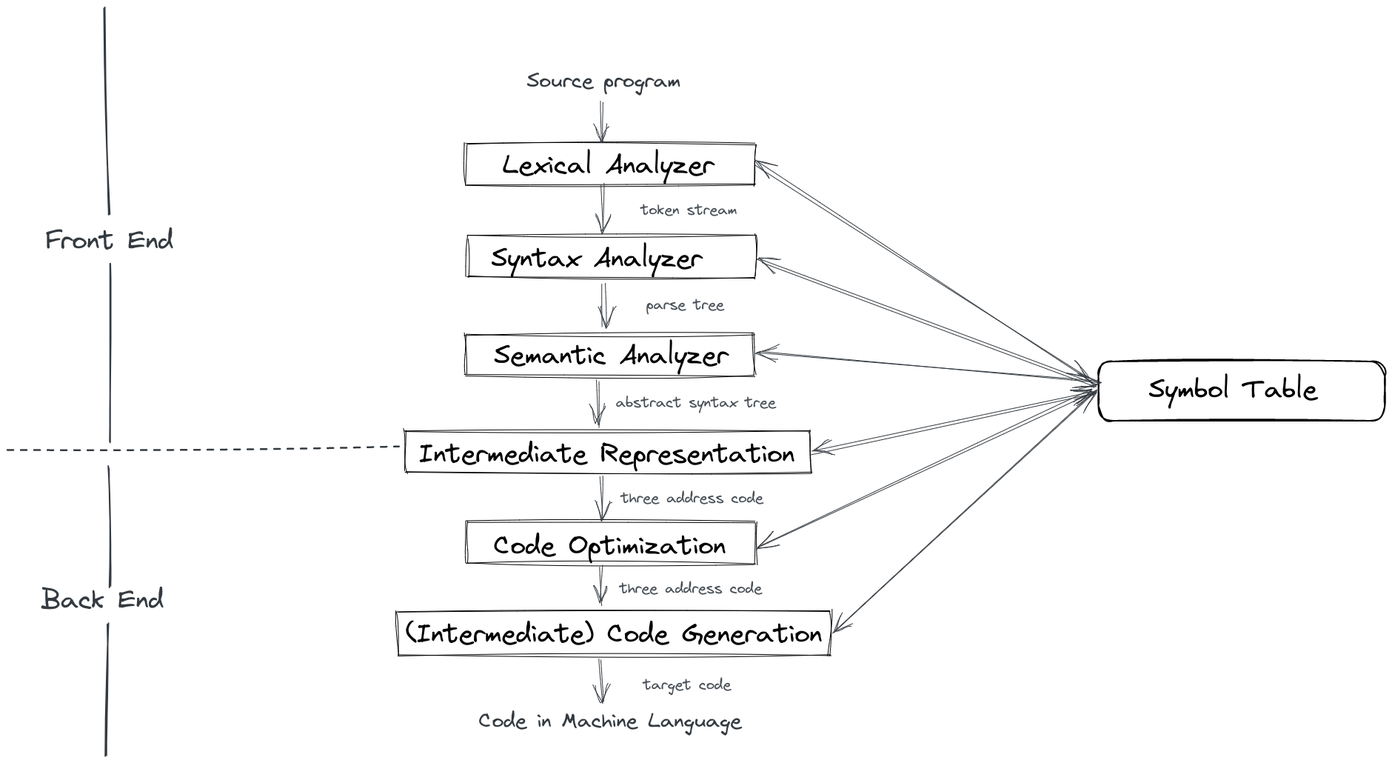
Above: resource/phases-light.png in imkasen/yamjc (Excalidraw), before the change. Source tidied: one line per element, renumbered; positions are measured from the earlier drawing's top-left corner, leaving out a move shared by most shapes.
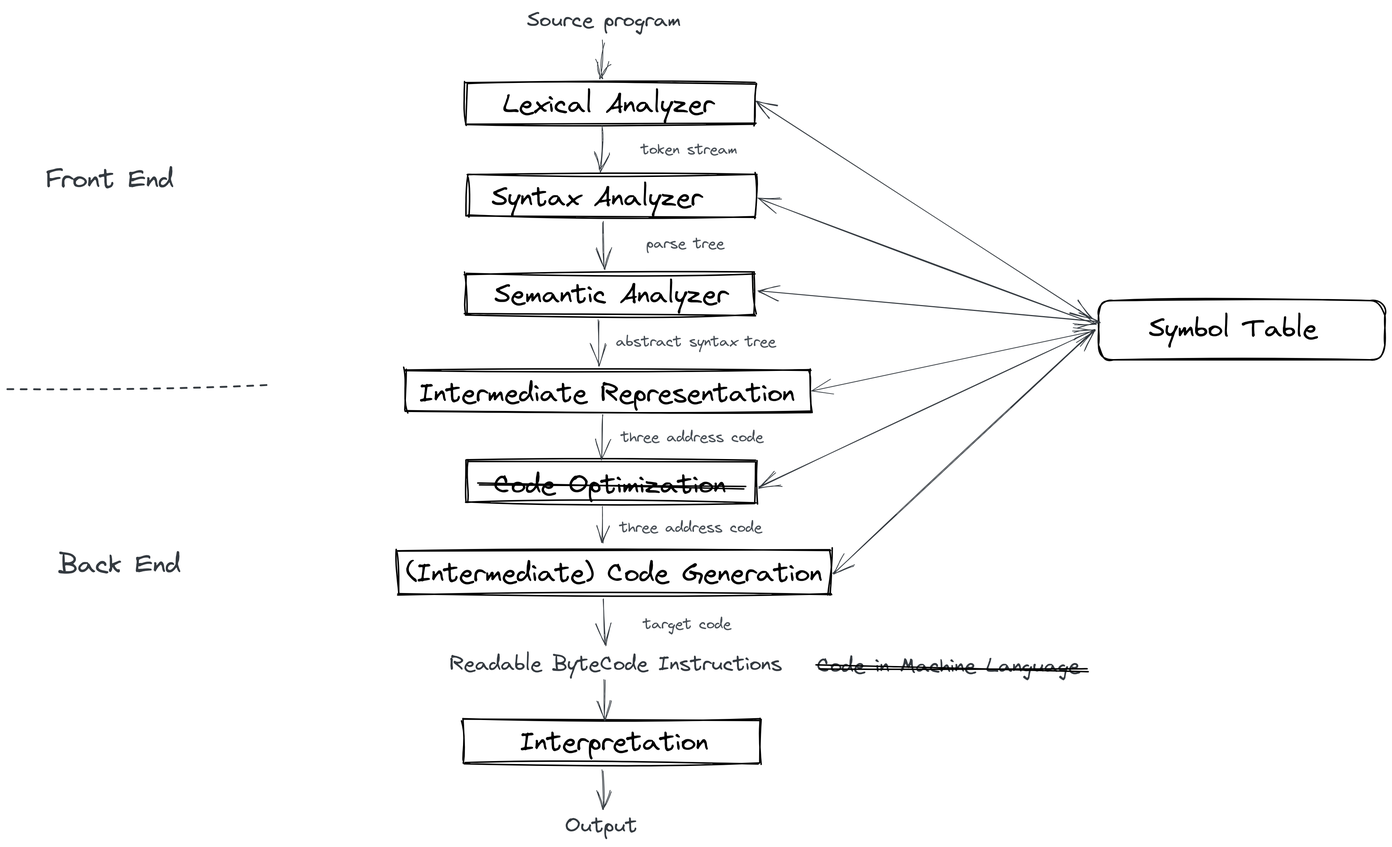
The same file after the commit.

Change to the diagram source:
```diff
@@ -1,16 +1,16 @@
-{"id": 0, "type": "rectangle", "strokeColor": "#000000", "strokeWidth": 1, "roughness": 2, "x": 618, "y": 183, "width": 390, "height": 56}
+{"id": 0, "type": "rectangle", "strokeColor": "#000000", "strokeWidth": 2, "roughness": 2, "x": 618, "y": 183, "width": 390, "height": 56}
-{"id": 1, "type": "rectangle", "strokeColor": "#000000", "strokeWidth": 1, "roughness": 2, "x": 620, "y": 307, "width": 390, "height": 56}
+{"id": 1, "type": "rectangle", "strokeColor": "#000000", "strokeWidth": 2, "roughness": 2, "x": 620, "y": 307, "width": 390, "height": 56}
-{"id": 2, "type": "rectangle", "strokeColor": "#000000", "strokeWidth": 1, "roughness": 2, "x": 618, "y": 440, "width": 390, "height": 56}
+{"id": 2, "type": "rectangle", "strokeColor": "#000000", "strokeWidth": 2, "roughness": 2, "x": 618, "y": 440, "width": 390, "height": 56}
-{"id": 3, "type": "rectangle", "strokeColor": "#000000", "strokeWidth": 1, "roughness": 2, "x": 536, "y": 571, "width": 548, "height": 56}
+{"id": 3, "type": "rectangle", "strokeColor": "#000000", "strokeWidth": 2, "roughness": 2, "x": 536, "y": 571, "width": 548, "height": 56}
-{"id": 4, "type": "rectangle", "strokeColor": "#000000", "strokeWidth": 1, "roughness": 2, "x": 619, "y": 693, "width": 390, "height": 56}
+{"id": 4, "type": "rectangle", "strokeColor": "#000000", "strokeWidth": 2, "roughness": 2, "x": 619, "y": 693, "width": 390, "height": 56}
-{"id": 5, "type": "rectangle", "strokeColor": "#000000", "strokeWidth": 1, "roughness": 2, "x": 526, "y": 814, "width": 586, "height": 59}
+{"id": 5, "type": "rectangle", "strokeColor": "#000000", "strokeWidth": 2, "roughness": 2, "x": 526, "y": 814, "width": 586, "height": 59}
 {"id": 6, "type": "arrow", "strokeColor": "#343a40", "strokeWidth": 1, "roughness": 2, "endArrowhead": "arrow", "from": 0, "to": 1, "x": 803, "y": 239, "width": 2, "height": 63, "points": [[0, 0], [-2, 63]]}
 {"id": 7, "type": "arrow", "strokeColor": "#343a40", "angle": 0.04, "strokeWidth": 1, "roughness": 2, "endArrowhead": "arrow", "from": 13, "to": 0, "x": 803, "y": 126, "width": 1, "height": 53, "points": [[0, 0], [-1, 53]]}
-{"id": 8, "type": "arrow", "strokeColor": "#343a40", "strokeWidth": 1, "roughness": 2, "endArrowhead": "arrow", "from": 1, "to": 2, "x": 803, "y": 370, "width": 1, "height": 63, "points": [[0, 0], [1, 63]]}
+{"id": 8, "type": "arrow", "strokeColor": "#343a40", "strokeWidth": 1, "roughness": 1, "endArrowhead": "arrow", "from": 22, "to": 23, "x": 803, "y": 370, "width": 1, "height": 63, "points": [[0, 0], [1, 63]]}
-{"id": 9, "type": "arrow", "strokeColor": "#343a40", "strokeWidth": 1, "roughness": 2, "endArrowhead": "arrow", "from": 2, "to": 3, "x": 798, "y": 504, "width": 2, "height": 60, "points": [[0, 0], [-2, 60]]}
+{"id": 9, "type": "arrow", "strokeColor": "#343a40", "strokeWidth": 1, "roughness": 1, "endArrowhead": "arrow", "from": 2, "to": 3, "x": 798, "y": 504, "width": 2, "height": 60, "points": [[0, 0], [-2, 60]]}
-{"id": 10, "type": "arrow", "strokeColor": "#343a40", "strokeWidth": 1, "roughness": 2, "endArrowhead": "arrow", "from": 3, "to": 4, "x": 802, "y": 630, "width": 0, "height": 62, "points": [[0, 0], [0, 62]]}
+{"id": 10, "type": "arrow", "strokeColor": "#343a40", "strokeWidth": 1, "roughness": 1, "endArrowhead": "arrow", "from": 3, "to": 4, "x": 802, "y": 630, "width": 0, "height": 62, "points": [[0, 0], [0, 62]]}
-{"id": 11, "type": "arrow", "strokeColor": "#343a40", "strokeWidth": 1, "roughness": 2, "endArrowhead": "arrow", "from": 4, "to": 5, "x": 801, "y": 755, "width": 1, "height": 50, "points": [[0, 0], [1, 50]]}
+{"id": 11, "type": "arrow", "strokeColor": "#343a40", "strokeWidth": 1, "roughness": 1, "endArrowhead": "arrow", "from": 4, "to": 5, "x": 801, "y": 755, "width": 1, "height": 50, "points": [[0, 0], [1, 50]]}
-{"id": 12, "type": "arrow", "strokeColor": "#343a40", "strokeWidth": 1, "roughness": 2, "endArrowhead": "arrow", "from": 5, "to": 20, "x": 799, "y": 877, "width": 4, "height": 60, "points": [[0, 0], [4, 60]]}
+{"id": 12, "type": "arrow", "strokeColor": "#343a40", "strokeWidth": 1, "roughness": 1, "endArrowhead": "arrow", "from": 26, "to": 44, "x": 804, "y": 880, "width": 1, "height": 62, "points": [[0, 0], [1, 62]]}
 {"id": 13, "type": "text", "text": "Source program", "strokeColor": "#343a40", "strokeWidth": 1, "roughness": 2, "fontSize": 28, "fontFamily": 1, "textAlign": "center", "x": 700, "y": 81, "width": 209, "height": 36}
 {"id": 14, "type": "text", "text": "token stream", "strokeColor": "#495057", "strokeWidth": 1, "roughness": 2, "fontSize": 20, "fontFamily": 1, "textAlign": "center", "x": 854, "y": 260, "width": 131, "height": 25}
 {"id": 15, "type": "text", "text": "parse tree", "strokeColor": "#495057", "strokeWidth": 1, "roughness": 2, "fontSize": 20, "fontFamily": 1, "textAlign": "center", "x": 861, "y": 388, "width": 107, "height": 25}
@@ -18,7 +18,7 @@
 {"id": 17, "type": "text", "text": "three address code", "strokeColor": "#495057", "strokeWidth": 1, "roughness": 2, "fontSize": 20, "fontFamily": 1, "textAlign": "center", "x": 827, "y": 649, "width": 194, "height": 25}
 {"id": 18, "type": "text", "text": "three address code", "strokeColor": "#495057", "strokeWidth": 1, "roughness": 2, "fontSize": 20, "fontFamily": 1, "textAlign": "center", "x": 825, "y": 771, "width": 194, "height": 25}
 {"id": 19, "type": "text", "text": "target code", "strokeColor": "#495057", "strokeWidth": 1, "roughness": 2, "fontSize": 20, "fontFamily": 1, "textAlign": "center", "x": 857, "y": 901, "width": 120, "height": 25}
-{"id": 20, "type": "text", "text": "Code in Machine Language", "strokeColor": "#343a40", "strokeWidth": 1, "roughness": 2, "fontSize": 28, "fontFamily": 1, "textAlign": "center", "x": 635, "y": 944, "width": 356, "height": 36}
+{"id": 20, "type": "text", "text": "Code in Machine Language", "strokeColor": "#343a40", "strokeWidth": 1, "roughness": 2, "fontSize": 28, "fontFamily": 1, "textAlign": "center", "x": 1092, "y": 953, "width": 356, "height": 36}
 {"id": 21, "type": "text", "text": "Lexical Analyzer", "strokeColor": "#000000", "strokeWidth": 1, "roughness": 2, "fontSize": 36, "fontFamily": 1, "textAlign": "center", "x": 667, "y": 190, "width": 287, "height": 46}
 {"id": 22, "type": "text", "text": "Syntax Analyzer", "strokeColor": "#000000", "strokeWidth": 1, "roughness": 2, "fontSize": 36, "fontFamily": 1, "textAlign": "center", "x": 652, "y": 316, "width": 286, "height": 46}
 {"id": 23, "type": "text", "text": "Semantic Analyzer", "strokeColor": "#000000", "strokeWidth": 1, "roughness": 2, "fontSize": 36, "fontFamily": 1, "textAlign": "center", "x": 656, "y": 447, "width": 317, "height": 46}
@@ -27,16 +27,20 @@
 {"id": 26, "type": "text", "text": "(Intermediate) Code Generation", "strokeColor": "#000000", "strokeWidth": 1, "roughness": 2, "fontSize": 36, "fontFamily": 1, "textAlign": "center", "x": 536, "y": 823, "width": 564, "height": 46}
 {"id": 27, "type": "rectangle", "strokeColor": "#000000", "strokeWidth": 2, "roughness": 2, "x": 1473, "y": 477, "width": 387, "height": 80}
 {"id": 28, "type": "text", "text": "Symbol Table", "strokeColor": "#000000", "strokeWidth": 1, "roughness": 2, "fontSize": 36, "fontFamily": 1, "textAlign": "center", "x": 1540, "y": 493, "width": 229, "height": 46}
-{"id": 29, "type": "arrow", "strokeColor": "#343a40", "strokeWidth": 1, "roughness": 2, "startArrowhead": "arrow", "endArrowhead": "arrow", "from": 0, "to": 27, "x": 1010, "y": 208, "width": 453, "height": 293, "points": [[0, 0], [453, 293]]}
+{"id": 29, "type": "arrow", "strokeColor": "#343a40", "strokeWidth": 1, "roughness": 1, "startArrowhead": "arrow", "endArrowhead": "arrow", "from": 0, "to": 27, "x": 1010, "y": 208, "width": 453, "height": 293, "points": [[0, 0], [453, 293]]}
-{"id": 30, "type": "arrow", "strokeColor": "#343a40", "strokeWidth": 1, "roughness": 2, "startArrowhead": "arrow", "endArrowhead": "arrow", "from": 1, "to": 27, "x": 1015, "y": 339, "width": 456, "height": 170, "points": [[0, 0], [456, 170]]}
+{"id": 30, "type": "arrow", "strokeColor": "#343a40", "strokeWidth": 1, "roughness": 1, "startArrowhead": "arrow", "endArrowhead": "arrow", "from": 1, "to": 27, "x": 1015, "y": 339, "width": 456, "height": 170, "points": [[0, 0], [456, 170]]}
-{"id": 31, "type": "arrow", "strokeColor": "#343a40", "strokeWidth": 1, "roughness": 2, "startArrowhead": "arrow", "endArrowhead": "arrow", "from": 2, "x": 1013, "y": 463, "width": 461, "height": 42, "points": [[0, 0], [461, 42]]}
+{"id": 31, "type": "arrow", "strokeColor": "#343a40", "strokeWidth": 1, "roughness": 1, "startArrowhead": "arrow", "endArrowhead": "arrow", "from": 2, "x": 1013, "y": 463, "width": 461, "height": 42, "points": [[0, 0], [461, 42]]}
-{"id": 32, "type": "arrow", "strokeColor": "#343a40", "strokeWidth": 1, "roughness": 2, "startArrowhead": "arrow", "endArrowhead": "arrow", "from": 3, "to": 27, "x": 1085, "y": 599, "width": 383, "height": 81, "points": [[0, 0], [383, -81]]}
+{"id": 32, "type": "arrow", "strokeColor": "#343a40", "strokeWidth": 1, "roughness": 0, "startArrowhead": "arrow", "endArrowhead": "arrow", "from": 3, "to": 27, "x": 1085, "y": 599, "width": 383, "height": 81, "points": [[0, 0], [383, -81]]}
-{"id": 33, "type": "arrow", "strokeColor": "#343a40", "strokeWidth": 1, "roughness": 2, "startArrowhead": "arrow", "endArrowhead": "arrow", "from": 4, "to": 27, "x": 1014, "y": 729, "width": 454, "height": 213, "points": [[0, 0], [454, -213]]}
+{"id": 33, "type": "arrow", "strokeColor": "#343a40", "strokeWidth": 1, "roughness": 1, "startArrowhead": "arrow", "endArrowhead": "arrow", "from": 4, "to": 27, "x": 1014, "y": 729, "width": 454, "height": 213, "points": [[0, 0], [454, -213]]}
-{"id": 34, "type": "arrow", "strokeColor": "#343a40", "strokeWidth": 1, "roughness": 2, "startArrowhead": "arrow", "endArrowhead": "arrow", "from": 26, "to": 27, "x": 1115, "y": 845, "width": 352, "height": 329, "points": [[0, 0], [352, -329]]}
+{"id": 34, "type": "arrow", "strokeColor": "#343a40", "strokeWidth": 1, "roughness": 1, "startArrowhead": "arrow", "endArrowhead": "arrow", "from": 26, "to": 27, "x": 1115, "y": 845, "width": 352, "height": 329, "points": [[0, 0], [352, -329]]}
-{"id": 35, "type": "line", "strokeColor": "#343a40", "strokeWidth": 2, "strokeStyle": "dashed", "roughness": 2, "x": 0, "y": 596, "width": 530, "height": 3, "points": [[0, 0], [530, -3]]}
+{"id": 35, "type": "line", "strokeColor": "#343a40", "strokeWidth": 2, "strokeStyle": "dashed", "roughness": 2, "x": 0, "y": 596, "width": 356, "height": 3, "points": [[0, 0], [356, -3]]}
 {"id": 36, "type": "text", "text": "Front End", "strokeColor": "#343a40", "strokeWidth": 2, "strokeStyle": "dashed", "roughness": 2, "fontSize": 36, "fontFamily": 1, "textAlign": "center", "x": 50, "y": 292, "width": 174, "height": 46}
-{"id": 37, "type": "line", "strokeColor": "#343a40", "strokeWidth": 2, "roughness": 1, "x": 130, "y": 0, "width": 8, "height": 278, "points": [[0, 0], [8, 278]]}
-{"id": 38, "type": "line", "strokeColor": "#343a40", "strokeWidth": 2, "roughness": 1, "x": 138, "y": 345, "width": 0, "height": 241, "points": [[0, 0], [0, 241]]}
-{"id": 39, "type": "text", "text": "Back End", "strokeColor": "#343a40", "strokeWidth": 2, "roughness": 1, "fontSize": 36, "fontFamily": 1, "textAlign": "center", "x": 44, "y": 777, "width": 167, "height": 46}
+{"id": 39, "type": "text", "text": "Back End", "strokeColor": "#343a40", "strokeWidth": 2, "roughness": 1, "fontSize": 36, "fontFamily": 1, "textAlign": "center", "x": 67, "y": 811, "width": 167, "height": 46}
-{"id": 40, "type": "line", "strokeColor": "#343a40", "strokeWidth": 2, "roughness": 1, "x": 135, "y": 620, "width": 3, "height": 161, "points": [[0, 0], [3, 161]]}
-{"id": 41, "type": "line", "strokeColor": "#343a40", "strokeWidth": 2, "roughness": 1, "x": 135, "y": 831, "width": 4, "height": 178, "points": [[0, 0], [-4, 178]]}
+{"id": 42, "type": "line", "strokeColor": "#000000", "strokeWidth": 2, "roughness": 2, "x": 634, "y": 726, "width": 362, "height": 2, "points": [[0, 0], [362, 2]]}
+{"id": 43, "type": "line", "strokeColor": "#000000", "strokeWidth": 2, "roughness": 2, "x": 1093, "y": 970, "width": 364, "height": 6, "points": [[0, 0], [364, 6]]}
+{"id": 44, "type": "text", "text": "Readable ByteCode Instructions", "strokeColor": "#343a40", "strokeWidth": 1, "roughness": 2, "fontSize": 28, "fontFamily": 1, "textAlign": "center", "x": 596, "y": 950, "width": 450, "height": 36}
+{"id": 45, "type": "rectangle", "strokeColor": "#000000", "strokeWidth": 2, "roughness": 2, "x": 616, "y": 1043, "width": 400, "height": 59}
+{"id": 46, "type": "arrow", "strokeColor": "#343a40", "angle": 6.28, "strokeWidth": 1, "roughness": 1, "endArrowhead": "arrow", "from": 44, "to": 47, "x": 805, "y": 989, "width": 0, "height": 53, "points": [[0, 0], [0, 53]]}
+{"id": 47, "type": "text", "text": "Interpretation", "strokeColor": "#000000", "strokeWidth": 1, "roughness": 2, "fontSize": 36, "fontFamily": 1, "textAlign": "center", "x": 691, "y": 1051, "width": 255, "height": 46}
+{"id": 48, "type": "arrow", "strokeColor": "#343a40", "angle": 6.28, "strokeWidth": 1, "roughness": 1, "endArrowhead": "arrow", "from": 47, "to": 49, "x": 802, "y": 1111, "width": 3, "height": 53, "points": [[0, 0], [3, 53]]}
+{"id": 49, "type": "text", "text": "Output", "strokeColor": "#343a40", "strokeWidth": 1, "roughness": 2, "fontSize": 28, "fontFamily": 1, "textAlign": "center", "x": 752, "y": 1169, "width": 99, "height": 36}
```
